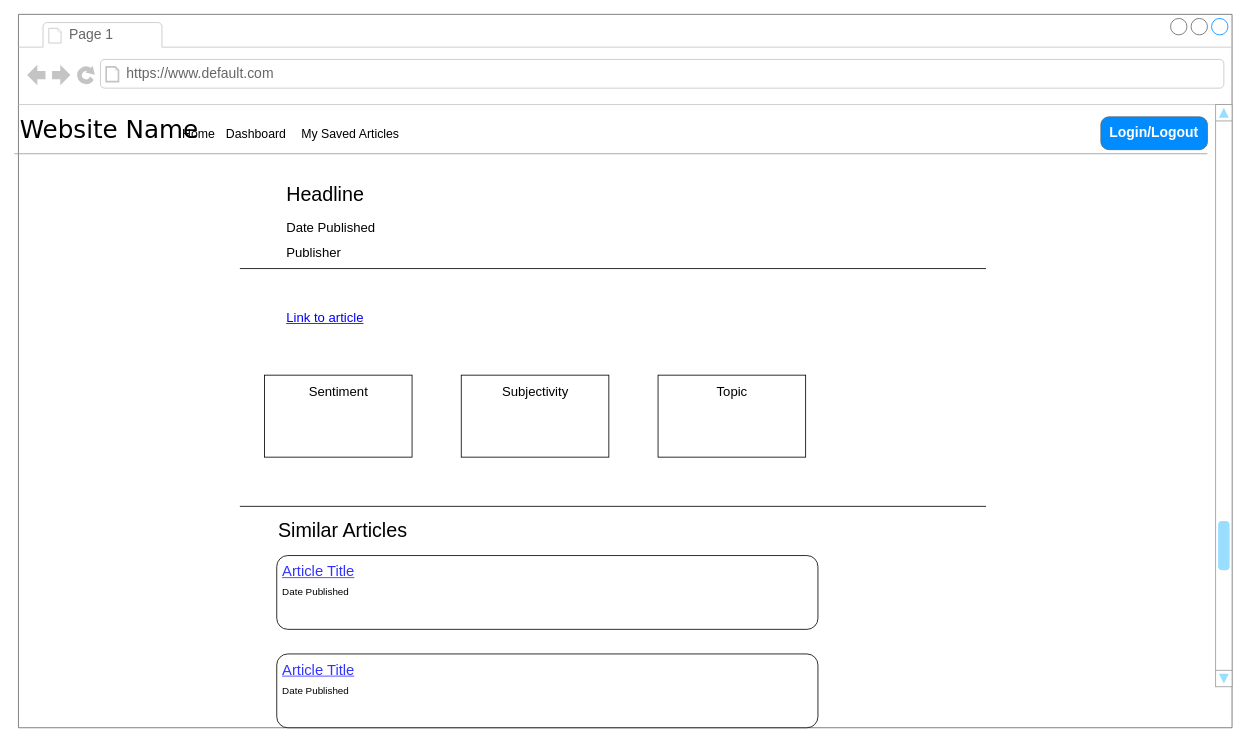
Above: page "Article Details" (5 of 5) of wireframe.drawio in MarkyMan4/capstone-planning (draw.io), before the change. Source tidied: cells renumbered, new cells numbered last; positions are measured from the earlier drawing's top-left corner, leaving out a move shared by most shapes. Both pictures are drawn from the tidied source at 82%, with x=0, y=0 at pixel (14, 14).
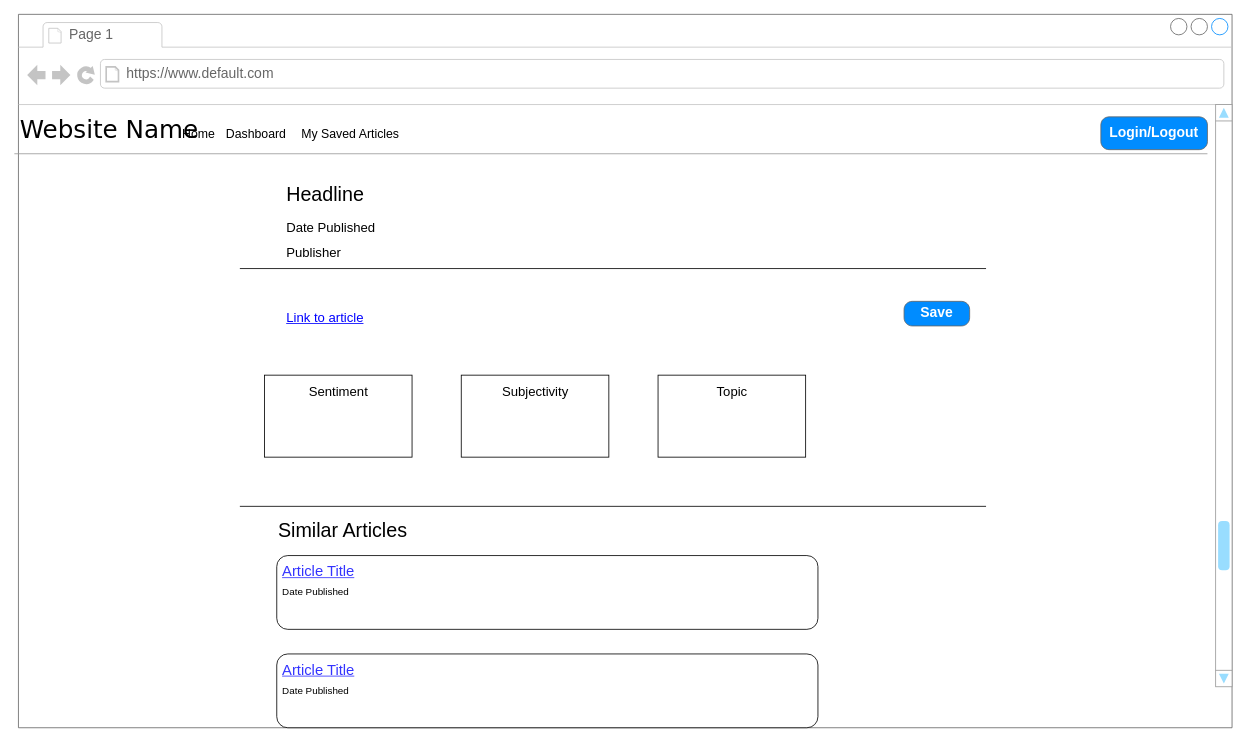
The same diagram, later.

The change refers to these unchanged cells:
```xml
<mxCell id="2" style="strokeWidth=1;shadow=0;dashed=0;align=center;html=1;shape=mxgraph.mockup.containers.browserWindow;rSize=0;strokeColor=#666666;mainText=,;rounded=0;labelBackgroundColor=none;fontFamily=Verdana;fontSize=12;" parent="1" vertex="1">
  <mxGeometry x="5" width="1480" height="870" as="geometry" />
</mxCell>
```

What changed in the source:
```diff
@@
+    <mxCell id="31" value="Save" style="strokeWidth=1;shadow=0;dashed=0;align=center;html=1;shape=mxgraph.mockup.buttons.button;strokeColor=#666666;fontColor=#ffffff;mainText=;buttonStyle=round;fontSize=17;fontStyle=1;fillColor=#008cff;whiteSpace=wrap;" parent="2" vertex="1">
+      <mxGeometry x="1080" y="350" width="80" height="30" as="geometry" />
+    </mxCell>
```
